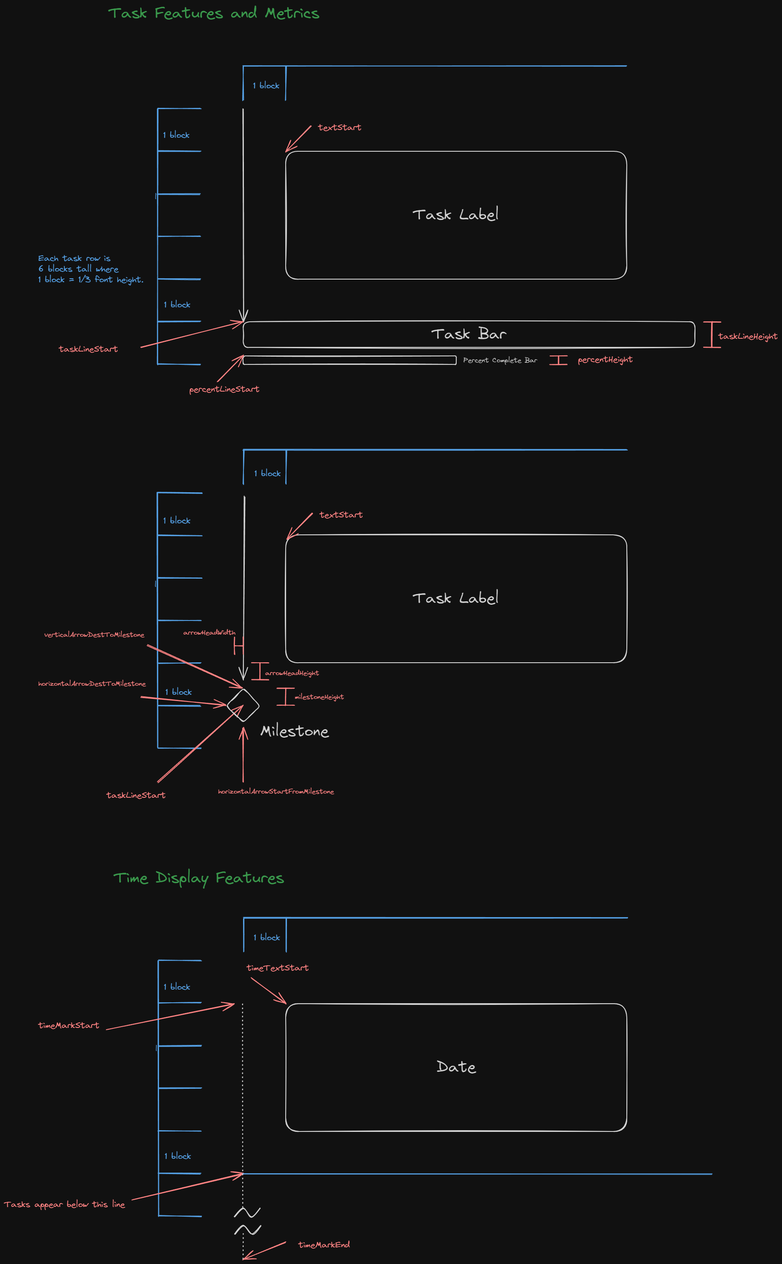
jcgregorio/explan keeps this Excalidraw diagram as chart-features.excalidraw.png. Above is the earlier version. Source tidied: one line per element, renumbered; positions are measured from the earlier drawing's top-left corner, leaving out a move shared by most shapes.
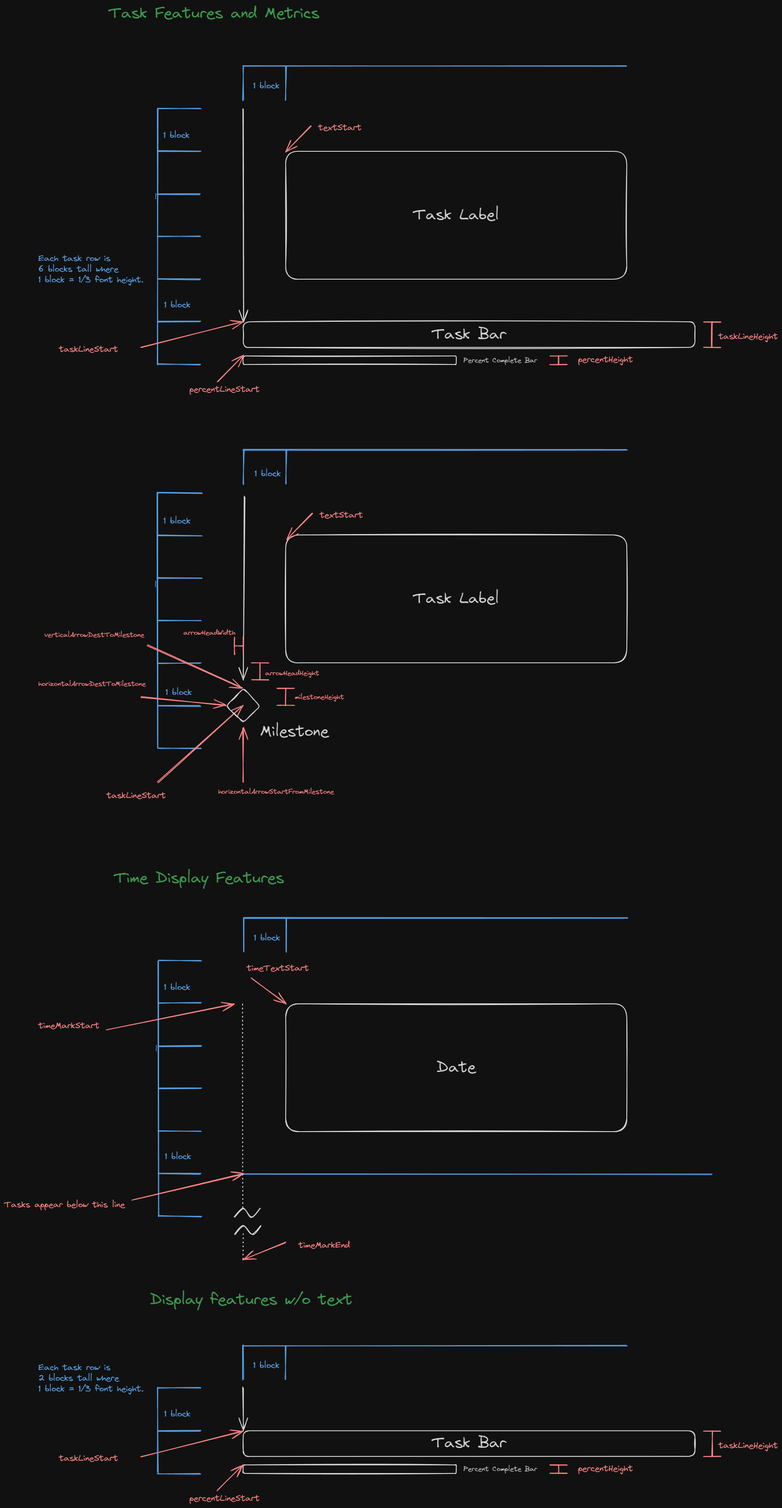
Later version of the same file.

Commit message:
Update Design to reflect how non-text chart drawing works.

Change to the diagram source:
```diff
@@ -109,3 +109,31 @@
 {"id": 108, "type": "line", "strokeColor": "#1e1e1e", "strokeWidth": 2, "strokeStyle": "dotted", "roughness": 1, "round": true, "x": 560, "y": 2885, "width": 0, "height": 60, "points": [[0, 0], [0, 60]]}
 {"id": 109, "type": "line", "strokeColor": "#1e1e1e", "strokeWidth": 2, "roughness": 1, "round": true, "x": 540, "y": 2845, "width": 60, "height": 20, "points": [[0, 0], [20, -20], [40, 0], [60, -20]]}
 {"id": 110, "type": "line", "strokeColor": "#1e1e1e", "strokeWidth": 2, "roughness": 1, "round": true, "x": 541, "y": 2886, "width": 60, "height": 20, "points": [[0, 0], [20, -20], [40, 0], [60, -20]]}
+{"id": 111, "type": "rectangle", "strokeColor": "#1e1e1e", "strokeWidth": 2, "roughness": 1, "round": true, "x": 560, "y": 3347, "width": 1060, "height": 60}
+{"id": 112, "type": "text", "text": "Task Bar", "strokeColor": "#1e1e1e", "strokeWidth": 2, "roughness": 1, "fontSize": 36, "fontFamily": 1, "textAlign": "center", "verticalAlign": "middle", "inside": 111, "x": 1003, "y": 3354, "width": 174, "height": 45}
+{"id": 113, "type": "arrow", "strokeColor": "#1e1e1e", "strokeWidth": 2, "roughness": 1, "endArrowhead": "arrow", "round": true, "to": 111, "x": 560, "y": 3245, "width": 0, "height": 101, "points": [[0, 0], [0, 101]]}
+{"id": 114, "type": "rectangle", "strokeColor": "#1e1e1e", "strokeWidth": 2, "roughness": 1, "round": true, "x": 560, "y": 3427, "width": 500, "height": 20}
+{"id": 115, "type": "text", "text": "Percent Complete Bar", "strokeColor": "#1e1e1e", "strokeWidth": 2, "roughness": 1, "fontSize": 16, "fontFamily": 1, "x": 1077, "y": 3427, "width": 173, "height": 20}
+{"id": 116, "type": "line", "strokeColor": "#1971c2", "strokeWidth": 2, "roughness": 1, "round": true, "x": 360, "y": 3447, "width": 100, "height": 0, "points": [[0, 0], [100, 0]]}
+{"id": 117, "type": "line", "strokeColor": "#1971c2", "strokeWidth": 2, "roughness": 1, "round": true, "x": 460, "y": 3247, "width": 100, "height": 0, "points": [[0, 0], [-100, 0]]}
+{"id": 118, "type": "line", "strokeColor": "#1971c2", "strokeWidth": 2, "roughness": 1, "round": true, "x": 460, "y": 3347, "width": 100, "height": 0, "points": [[0, 0], [-100, 0]]}
+{"id": 119, "type": "text", "text": "Each task row is\n2 blocks tall where\n1 block = 1/3 font height.", "strokeColor": "#1971c2", "strokeWidth": 2, "roughness": 1, "fontSize": 20, "fontFamily": 1, "x": 80, "y": 3187, "width": 246, "height": 75}
+{"id": 120, "type": "line", "strokeColor": "#1971c2", "strokeWidth": 2, "roughness": 1, "round": true, "x": 560, "y": 3147, "width": 900, "height": 0, "points": [[0, 0], [900, 0]]}
+{"id": 121, "type": "line", "strokeColor": "#1971c2", "strokeWidth": 2, "roughness": 1, "round": true, "x": 560, "y": 3147, "width": 0, "height": 80, "points": [[0, 0], [0, 80]]}
+{"id": 122, "type": "line", "strokeColor": "#1971c2", "strokeWidth": 2, "roughness": 1, "round": true, "x": 660, "y": 3147, "width": 0, "height": 80, "points": [[0, 0], [0, 80]]}
+{"id": 123, "type": "text", "text": "1 block", "strokeColor": "#1971c2", "strokeWidth": 2, "roughness": 1, "fontSize": 20, "fontFamily": 1, "x": 584, "y": 3182, "width": 62, "height": 25}
+{"id": 124, "type": "text", "text": "1 block", "strokeColor": "#1971c2", "strokeWidth": 2, "roughness": 1, "fontSize": 20, "fontFamily": 1, "x": 375, "y": 3296, "width": 62, "height": 25}
+{"id": 125, "type": "arrow", "strokeColor": "#e03131", "strokeWidth": 2, "roughness": 1, "endArrowhead": "arrow", "round": true, "to": 111, "x": 320, "y": 3407, "width": 240, "height": 60, "points": [[0, 0], [240, -60]]}
+{"id": 126, "type": "text", "text": "taskLineStart", "strokeColor": "#e03131", "strokeWidth": 2, "roughness": 1, "fontSize": 20, "fontFamily": 1, "x": 128, "y": 3400, "width": 139, "height": 25}
+{"id": 127, "type": "arrow", "strokeColor": "#e03131", "strokeWidth": 2, "roughness": 1, "endArrowhead": "arrow", "round": true, "from": 128, "to": 114, "x": 500, "y": 3487, "width": 60, "height": 60, "points": [[0, 0], [60, -60]]}
+{"id": 128, "type": "text", "text": "percentLineStart", "strokeColor": "#e03131", "strokeWidth": 2, "roughness": 1, "fontSize": 20, "fontFamily": 1, "x": 434, "y": 3494, "width": 164, "height": 25}
+{"id": 129, "type": "line", "strokeColor": "#e03131", "strokeWidth": 2, "roughness": 1, "round": true, "x": 1640, "y": 3348, "width": 40, "height": 0, "points": [[0, 0], [40, 0]]}
+{"id": 130, "type": "line", "strokeColor": "#e03131", "strokeWidth": 2, "roughness": 1, "round": true, "x": 1640, "y": 3407, "width": 40, "height": 0, "points": [[0, 0], [40, 0]]}
+{"id": 131, "type": "line", "strokeColor": "#e03131", "strokeWidth": 2, "roughness": 1, "round": true, "x": 1660, "y": 3347, "width": 0, "height": 60, "points": [[0, 0], [0, 60]]}
+{"id": 132, "type": "text", "text": "taskLineHeight", "strokeColor": "#e03131", "strokeWidth": 2, "roughness": 1, "fontSize": 20, "fontFamily": 1, "x": 1675, "y": 3370, "width": 139, "height": 25}
+{"id": 133, "type": "line", "strokeColor": "#e03131", "strokeWidth": 2, "roughness": 1, "round": true, "x": 1280, "y": 3427, "width": 40, "height": 0, "points": [[0, 0], [40, 0]]}
+{"id": 134, "type": "line", "strokeColor": "#e03131", "strokeWidth": 2, "roughness": 1, "round": true, "x": 1280, "y": 3447, "width": 40, "height": 0, "points": [[0, 0], [40, 0]]}
+{"id": 135, "type": "line", "strokeColor": "#e03131", "strokeWidth": 2, "roughness": 1, "round": true, "x": 1300, "y": 3427, "width": 0, "height": 20, "points": [[0, 0], [0, 20]]}
+{"id": 136, "type": "text", "text": "percentHeight", "strokeColor": "#e03131", "strokeWidth": 2, "roughness": 1, "fontSize": 20, "fontFamily": 1, "x": 1346, "y": 3424, "width": 129, "height": 25}
+{"id": 137, "type": "text", "text": "Display features w/o text", "strokeColor": "#2f9e44", "strokeWidth": 2, "roughness": 1, "fontSize": 36, "fontFamily": 1, "x": 342, "y": 3018, "width": 475, "height": 45}
+{"id": 138, "type": "line", "strokeColor": "#1971c2", "strokeWidth": 2, "roughness": 1, "round": true, "x": 360, "y": 3445, "width": 0, "height": 200, "points": [[0, 0], [0, -200]]}
```
